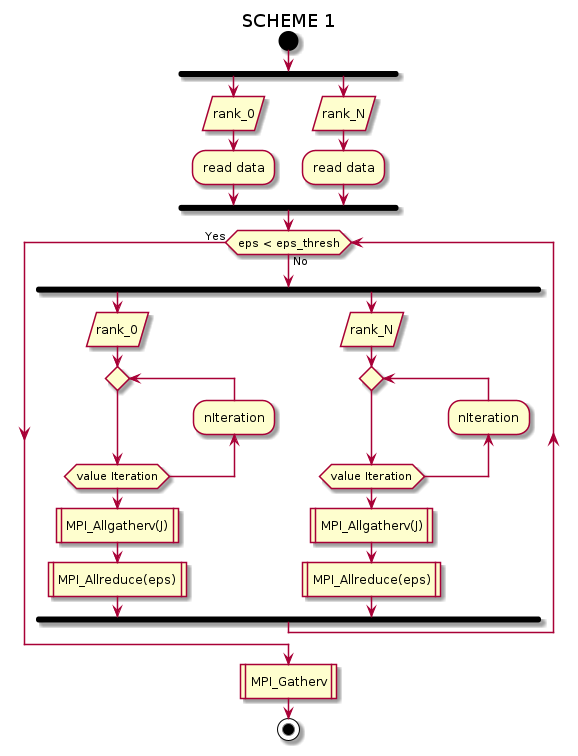
The PlantUML diagram out/src/scheme1_2/scheme1_2.png in hashkode/hpcfmi-mpivi, before a commit. Source of this version:
```plantuml
@startuml
title SCHEME 1
start
fork
    :rank_0/
    :read data;
fork again
    :rank_N/
    :read data;
end fork
while (eps < eps_thresh) is (No)
fork
    :rank_0/
repeat
backward:nIteration;
repeat while (value Iteration)
    :MPI_Allgatherv(J)|
    :MPI_Allreduce(eps)|
fork again
    :rank_N/
repeat
backward:nIteration;
repeat while (value Iteration)
    :MPI_Allgatherv(J)|
    :MPI_Allreduce(eps)|
end fork
endwhile (Yes)
:MPI_Gatherv|

stop

@enduml
```
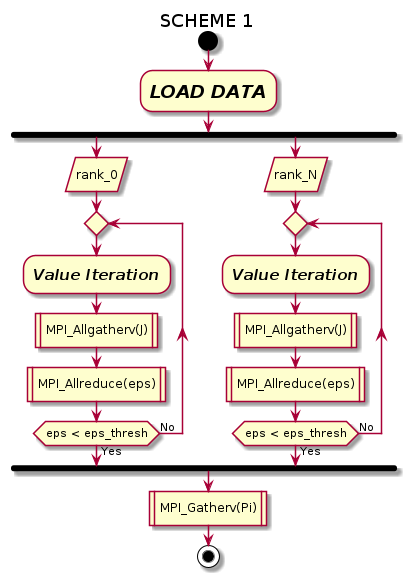
Later version of the same file.

What changed in the source:
```diff
@@ -1,32 +1,23 @@
 @startuml
 title SCHEME 1
 start
-fork
-    :rank_0/
-    :read data;
-fork again
-    :rank_N/
-    :read data;
-end fork
-while (eps < eps_thresh) is (No)
+:<size:18><i><b>LOAD DATA</b></i></size>;
 fork
     :rank_0/
 repeat
-backward:nIteration;
-repeat while (value Iteration)
+    :<size:15><i><b>Value Iteration</b></i></size>;
     :MPI_Allgatherv(J)|
     :MPI_Allreduce(eps)|
+repeat while (eps < eps_thresh) is (No) not (Yes)
 fork again
     :rank_N/
 repeat
-backward:nIteration;
-repeat while (value Iteration)
+    :<size:15><i><b>Value Iteration</b></i></size>;
     :MPI_Allgatherv(J)|
     :MPI_Allreduce(eps)|
+repeat while (eps < eps_thresh) is (No) not (Yes)
 end fork
-endwhile (Yes)
-:MPI_Gatherv|
-
+:MPI_Gatherv(Pi)|
 stop
 
 @enduml
```
